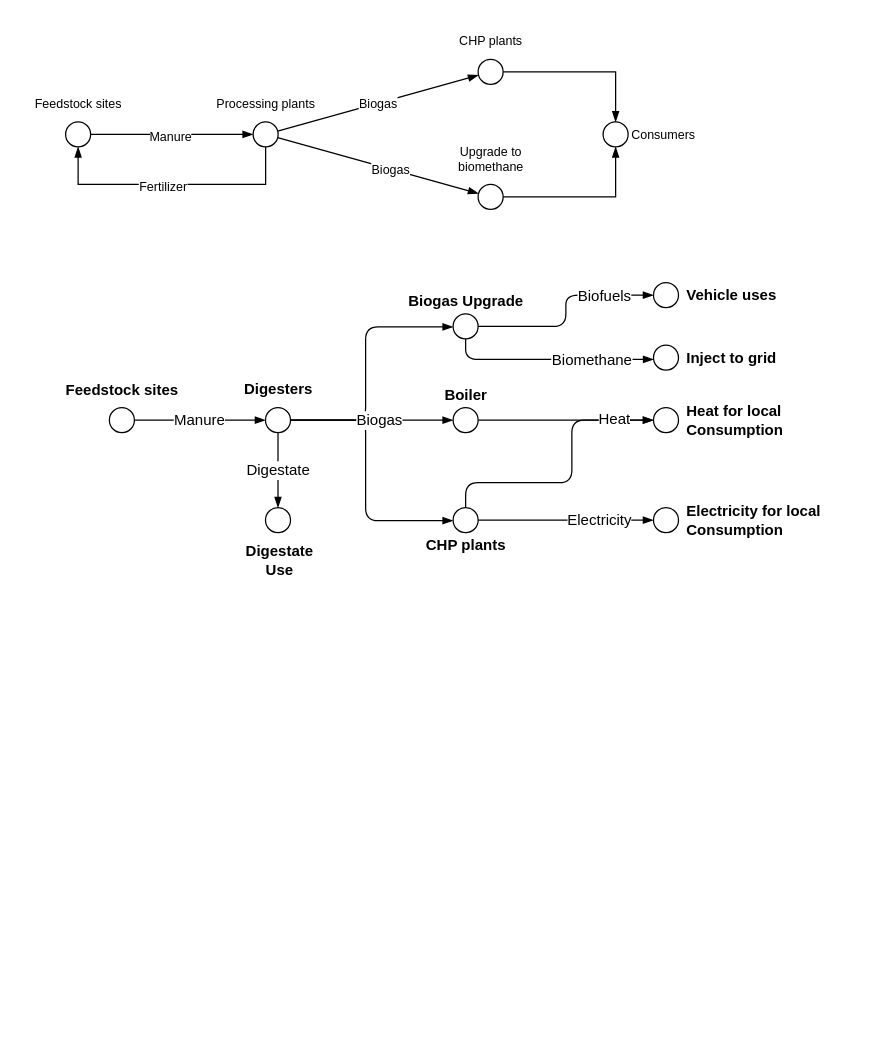
springonions-87/bioze_digital_mapping_tool keeps this draw.io diagram as diagrams/biogas_supply_chain.drawio. Above is the earlier version. Source tidied: cells renumbered, new cells numbered last; positions are measured from the earlier drawing's top-left corner, leaving out a move shared by most shapes. Both pictures are drawn from the tidied source at 125%, with x=0, y=0 at pixel (21, 21).
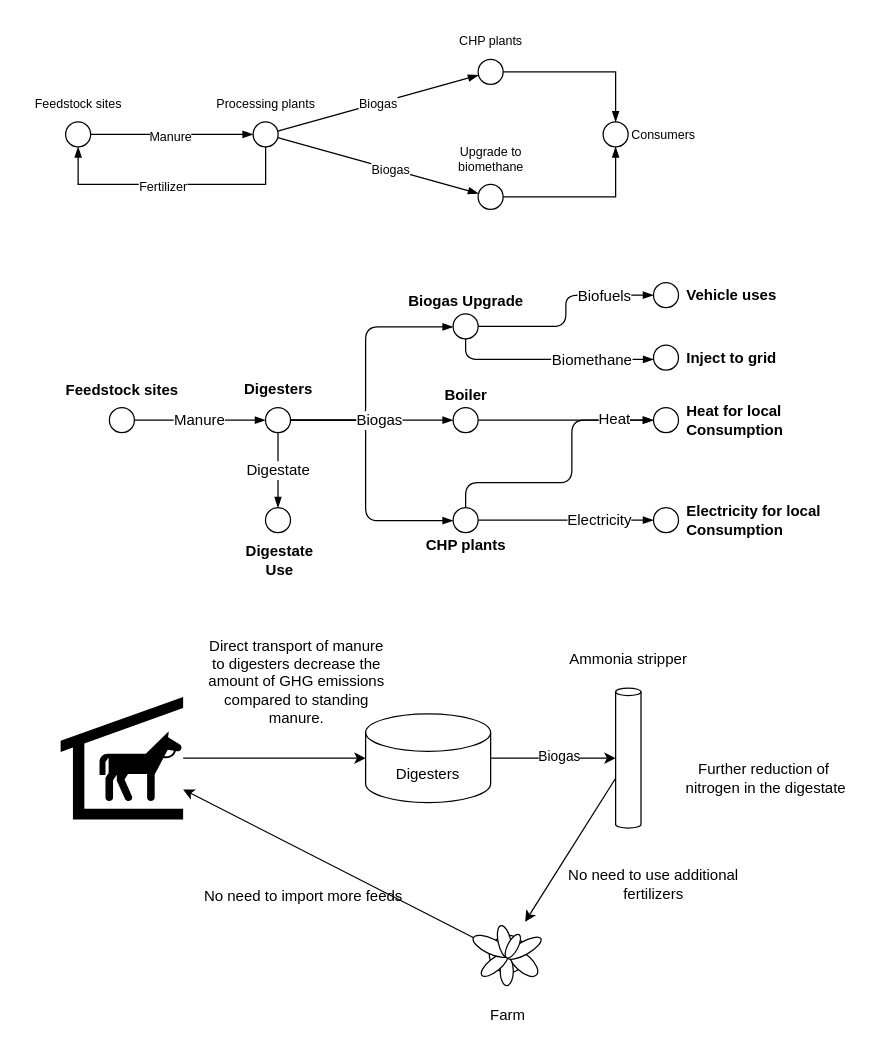
The same page after the edit.

The edit, as a diff of the source:
```diff
@@
+    <mxCell id="58" style="edgeStyle=none;html=1;" parent="1" edge="1" source="59" target="62">
+      <mxGeometry relative="1" as="geometry" />
+    </mxCell>
+    <mxCell id="59" style="shape=mxgraph.signs.animals.stable;html=1;fillColor=#000000;strokeColor=none;verticalLabelPosition=bottom;verticalAlign=top;align=center;" parent="1" vertex="1">
+      <mxGeometry x="31" y="540" width="98" height="98" as="geometry" />
+    </mxCell>
+    <mxCell id="60" style="edgeStyle=none;html=1;" parent="1" edge="1" source="62" target="64">
+      <mxGeometry relative="1" as="geometry" />
+    </mxCell>
+    <mxCell id="61" value="Biogas" style="edgeLabel;html=1;align=center;verticalAlign=middle;" parent="60" vertex="1">
+      <mxGeometry x="0.08" y="3" relative="1" as="geometry">
+        <mxPoint y="1" as="offset" />
+      </mxGeometry>
+    </mxCell>
+    <mxCell id="62" value="Digesters" style="shape=cylinder3;whiteSpace=wrap;html=1;boundedLbl=1;backgroundOutline=1;size=15;" parent="1" vertex="1">
+      <mxGeometry x="275" y="553.5" width="100" height="71" as="geometry" />
+    </mxCell>
+    <mxCell id="63" style="edgeStyle=none;html=1;" parent="1" edge="1" source="64" target="69">
+      <mxGeometry relative="1" as="geometry" />
+    </mxCell>
+    <mxCell id="64" style="shape=cylinder3;whiteSpace=wrap;html=1;boundedLbl=1;backgroundOutline=1;size=3;" parent="1" vertex="1">
+      <mxGeometry x="475" y="533" width="20.3" height="112" as="geometry" />
+    </mxCell>
+    <mxCell id="65" value="Ammonia stripper" style="text;html=1;align=center;verticalAlign=middle;strokeColor=none;fillColor=none;" parent="1" vertex="1">
+      <mxGeometry x="425" y="495" width="120" height="30" as="geometry" />
+    </mxCell>
+    <mxCell id="66" value="Direct transport of manure to digesters decrease the amount of GHG emissions compared to standing manure." style="text;html=1;strokeColor=none;fillColor=none;align=center;verticalAlign=middle;whiteSpace=wrap;rounded=0;" parent="1" vertex="1">
+      <mxGeometry x="145" y="470" width="150" height="116.5" as="geometry" />
+    </mxCell>
+    <mxCell id="67" value="Further reduction of&amp;nbsp;&lt;br&gt;nitrogen in the digestate" style="text;html=1;align=center;verticalAlign=middle;strokeColor=none;fillColor=none;" parent="1" vertex="1">
+      <mxGeometry x="520.3" y="584.5" width="150" height="40" as="geometry" />
+    </mxCell>
+    <mxCell id="68" style="edgeStyle=none;html=1;" parent="1" edge="1" source="69" target="59">
+      <mxGeometry relative="1" as="geometry" />
+    </mxCell>
+    <mxCell id="69" style="verticalLabelPosition=bottom;html=1;verticalAlign=top;align=center;shape=mxgraph.floorplan.plant;" parent="1" vertex="1">
+      <mxGeometry x="363" y="720" width="47" height="51" as="geometry" />
+    </mxCell>
+    <mxCell id="70" value="Farm" style="text;html=1;strokeColor=none;fillColor=none;align=center;verticalAlign=middle;whiteSpace=wrap;rounded=0;" parent="1" vertex="1">
+      <mxGeometry x="359" y="780" width="60" height="30" as="geometry" />
+    </mxCell>
+    <mxCell id="71" value="No need to use additional&lt;br&gt;fertilizers" style="text;html=1;align=center;verticalAlign=middle;strokeColor=none;fillColor=none;" parent="1" vertex="1">
+      <mxGeometry x="425" y="670" width="160" height="40" as="geometry" />
+    </mxCell>
+    <mxCell id="72" value="No need to import more feeds&lt;br&gt;" style="text;html=1;align=center;verticalAlign=middle;strokeColor=none;fillColor=none;" parent="1" vertex="1">
+      <mxGeometry x="135" y="685" width="180" height="30" as="geometry" />
+    </mxCell>
```
